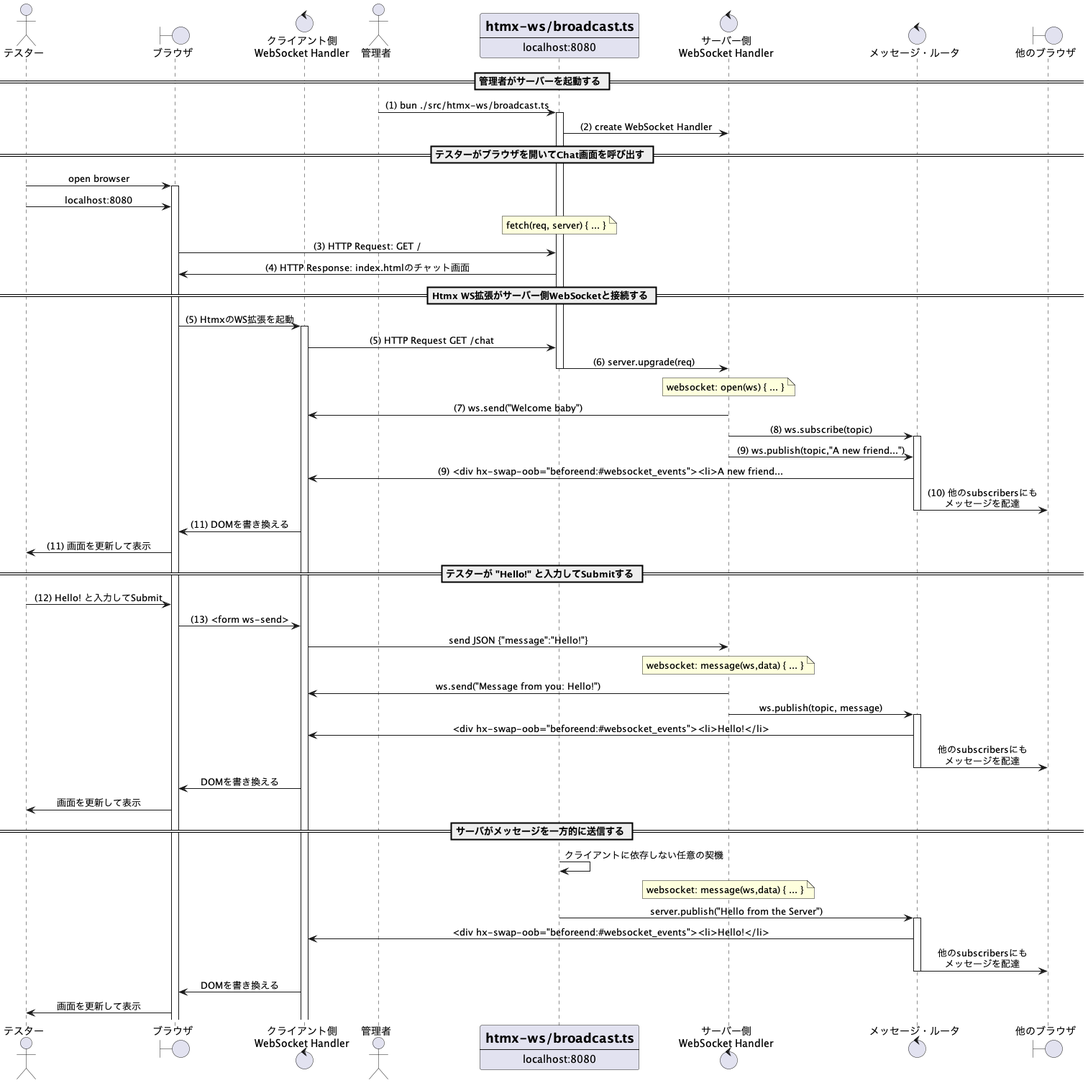
Earlier version of the PlantUML export docs/diagrams/out/sequence/sequence.png (kazurayam/websocket-demo).
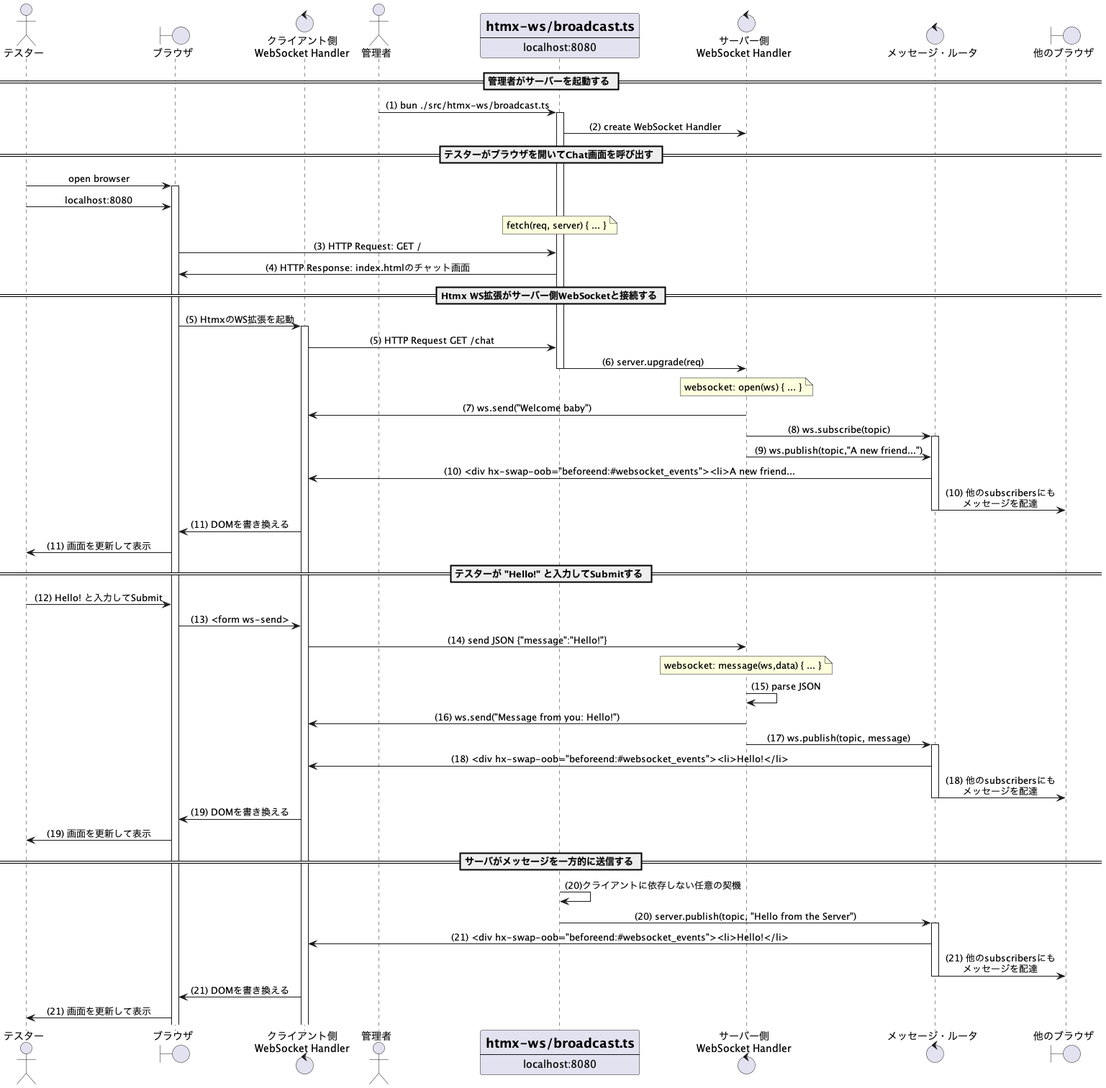
The same diagram one commit later.

Commit message:
#9 sequence図に対する注釈を書いた

The edit, as a diff of the source:
```diff
@@ -38,7 +38,7 @@
 sWS         ->   router     : (8) ws.subscribe(topic)
 activate router
 sWS         ->   router     : (9) ws.publish(topic,"A new friend...")
-cWS         <-   router     : (9) <div hx-swap-oob="beforeend:#websocket_events"><li>A new friend...
+cWS         <-   router     : (10) <div hx-swap-oob="beforeend:#websocket_events"><li>A new friend...
 router      ->   others     : (10) 他のsubscribersにも\nメッセージを配達
 deactivate router
 chrome      <-   cWS        : (11) DOMを書き換える
@@ -47,29 +47,26 @@
 == テスターが "Hello!" と入力してSubmitする ==
 tester      ->   chrome     : (12) Hello! と入力してSubmit
 chrome      ->   cWS        : (13) <form ws-send>
-cWS         ->   sWS        : send JSON {"message":"Hello!"}
+cWS         ->   sWS        : (14) send JSON {"message":"Hello!"}
 note over sWS: websocket: message(ws,data) { ... }
-cWS         <-   sWS        : ws.send("Message from you: Hello!")
-sWS         ->   router     : ws.publish(topic, message)
+sWS         ->   sWS        : (15) parse JSON
+cWS         <-   sWS        : (16) ws.send("Message from you: Hello!")
+sWS         ->   router     : (17) ws.publish(topic, message)
 activate router
-cWS         <-   router     : <div hx-swap-oob="beforeend:#websocket_events"><li>Hello!</li>
-router      ->   others     : 他のsubscribersにも\nメッセージを配達
+cWS         <-   router     : (18) <div hx-swap-oob="beforeend:#websocket_events"><li>Hello!</li>
+router      ->   others     : (18) 他のsubscribersにも\nメッセージを配達
 deactivate router
-chrome      <-   cWS        : DOMを書き換える
-tester      <-   chrome     : 画面を更新して表示
+chrome      <-   cWS        : (19) DOMを書き換える
+tester      <-   chrome     : (19) 画面を更新して表示
 
 == サーバがメッセージを一方的に送信する ==
-server      ->   server     : クライアントに依存しない任意の契機
-note over sWS: websocket: message(ws,data) { ... }
-server      ->   router     : server.publish("Hello from the Server")
+server      ->   server     : (20)クライアントに依存しない任意の契機
+server      ->   router     : (20) server.publish(topic, "Hello from the Server")
 activate router
-cWS         <-   router     : <div hx-swap-oob="beforeend:#websocket_events"><li>Hello!</li>
-router      ->   others     : 他のsubscribersにも\nメッセージを配達
+cWS         <-   router     : (21) <div hx-swap-oob="beforeend:#websocket_events"><li>Hello!</li>
+router      ->   others     : (21) 他のsubscribersにも\nメッセージを配達
 deactivate router
-chrome      <-   cWS        : DOMを書き換える
-tester      <-   chrome     : 画面を更新して表示
-
-
-
+chrome      <-   cWS        : (21) DOMを書き換える
+tester      <-   chrome     : (21) 画面を更新して表示
 
 @enduml
```
